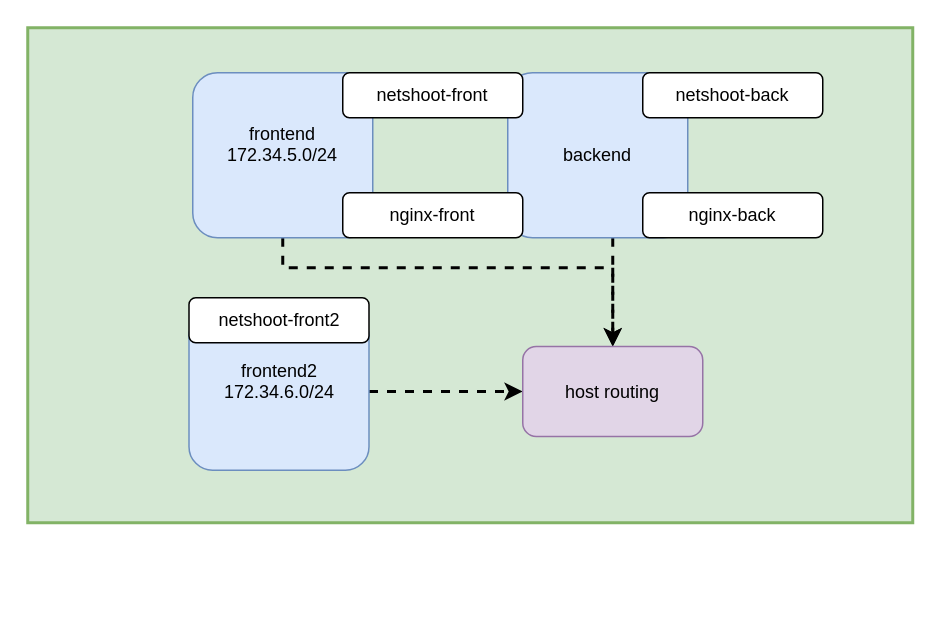
This is services/docker-networking/diagram.drawio from Sargon1729/server_templates, a draw.io file, before an edit. Source tidied: cells renumbered, new cells numbered last; positions are measured from the earlier drawing's top-left corner, leaving out a move shared by most shapes. Both pictures are drawn from the tidied source at 150%, with x=0, y=0 at pixel (27, 27).
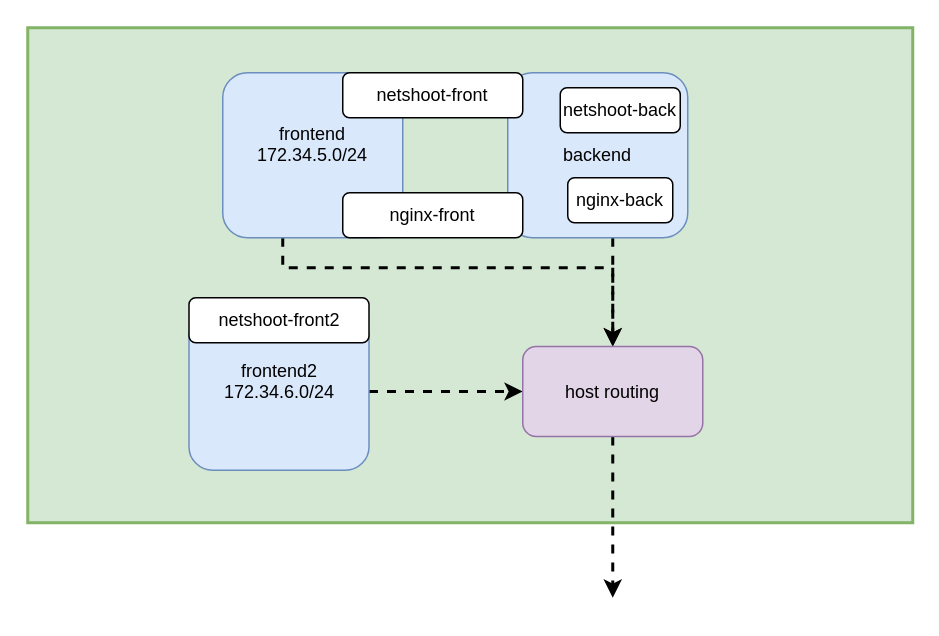
Above is the later version.

Change to the diagram source:
```diff
@@
 <mxGraphModel>
   <root>
     <mxCell id="0" />
     <mxCell id="1" parent="0" />
     <mxCell id="2" style="rounded=0;whiteSpace=wrap;html=1;fillColor=#d5e8d4;strokeColor=#82b366;strokeWidth=2;" parent="1" vertex="1">
       <mxGeometry width="590" height="330" as="geometry" />
     </mxCell>
     <mxCell id="3" style="edgeStyle=orthogonalEdgeStyle;rounded=0;jettySize=auto;html=1;strokeWidth=2;dashed=1;" parent="1" edge="1" source="4" target="14">
       <mxGeometry relative="1" as="geometry">
         <Array as="points">
           <mxPoint x="170" y="160" />
           <mxPoint x="390" y="160" />
         </Array>
       </mxGeometry>
     </mxCell>
     <mxCell id="4" value="frontend&lt;div&gt;172.34.5.0/24&lt;/div&gt;&lt;div&gt;&lt;br&gt;&lt;/div&gt;" style="rounded=1;whiteSpace=wrap;html=1;fillColor=#dae8fc;strokeColor=#6c8ebf;" parent="1" vertex="1">
-      <mxGeometry x="110" y="30" width="120" height="110" as="geometry" />
+      <mxGeometry x="130" y="30" width="120" height="110" as="geometry" />
     </mxCell>
     <mxCell id="5" style="edgeStyle=orthogonalEdgeStyle;rounded=0;jettySize=auto;html=1;entryX=0.5;entryY=0;entryDx=0;entryDy=0;strokeWidth=2;dashed=1;" parent="1" edge="1" source="6" target="14">
       <mxGeometry relative="1" as="geometry">
         <Array as="points">
           <mxPoint x="390" y="170" />
           <mxPoint x="390" y="170" />
         </Array>
       </mxGeometry>
     </mxCell>
     <mxCell id="6" value="backend" style="rounded=1;whiteSpace=wrap;html=1;fillColor=#dae8fc;strokeColor=#6c8ebf;" parent="1" vertex="1">
       <mxGeometry x="320" y="30" width="120" height="110" as="geometry" />
     </mxCell>
     <mxCell id="7" value="netshoot-front" style="rounded=1;whiteSpace=wrap;html=1;" parent="1" vertex="1">
       <mxGeometry x="210" y="30" width="120" height="30" as="geometry" />
     </mxCell>
     <mxCell id="8" value="netshoot-back" style="rounded=1;whiteSpace=wrap;html=1;" parent="1" vertex="1">
-      <mxGeometry x="410" y="30" width="120" height="30" as="geometry" />
+      <mxGeometry x="355" y="40" width="80" height="30" as="geometry" />
     </mxCell>
     <mxCell id="9" value="nginx-front" style="rounded=1;whiteSpace=wrap;html=1;" parent="1" vertex="1">
       <mxGeometry x="210" y="110" width="120" height="30" as="geometry" />
     </mxCell>
     <mxCell id="10" value="nginx-back" style="rounded=1;whiteSpace=wrap;html=1;" parent="1" vertex="1">
-      <mxGeometry x="410" y="110" width="120" height="30" as="geometry" />
+      <mxGeometry x="360" y="100" width="70" height="30" as="geometry" />
     </mxCell>
     <mxCell id="11" style="edgeStyle=orthogonalEdgeStyle;rounded=0;jettySize=auto;html=1;strokeWidth=2;dashed=1;" parent="1" edge="1" source="12" target="14">
       <mxGeometry relative="1" as="geometry" />
     </mxCell>
     <mxCell id="12" value="frontend2&lt;div&gt;172.34.6.0/24&lt;/div&gt;&lt;div&gt;&lt;br&gt;&lt;/div&gt;" style="rounded=1;whiteSpace=wrap;html=1;fillColor=#dae8fc;strokeColor=#6c8ebf;" parent="1" vertex="1">
       <mxGeometry x="107.5" y="190" width="120" height="105" as="geometry" />
     </mxCell>
     <mxCell id="13" value="netshoot-front2" style="rounded=1;whiteSpace=wrap;html=1;" parent="1" vertex="1">
       <mxGeometry x="107.5" y="180" width="120" height="30" as="geometry" />
     </mxCell>
+    <mxCell id="15" style="edgeStyle=orthogonalEdgeStyle;rounded=0;jettySize=auto;html=1;strokeWidth=2;dashed=1;" parent="1" edge="1" source="14">
+      <mxGeometry relative="1" as="geometry">
+        <mxPoint x="390" y="380" as="targetPoint" />
+      </mxGeometry>
+    </mxCell>
     <mxCell id="14" value="host routing" style="rounded=1;whiteSpace=wrap;html=1;fillColor=#e1d5e7;strokeColor=#9673a6;" parent="1" vertex="1">
       <mxGeometry x="330" y="212.5" width="120" height="60" as="geometry" />
     </mxCell>
   </root>
 </mxGraphModel>
```
